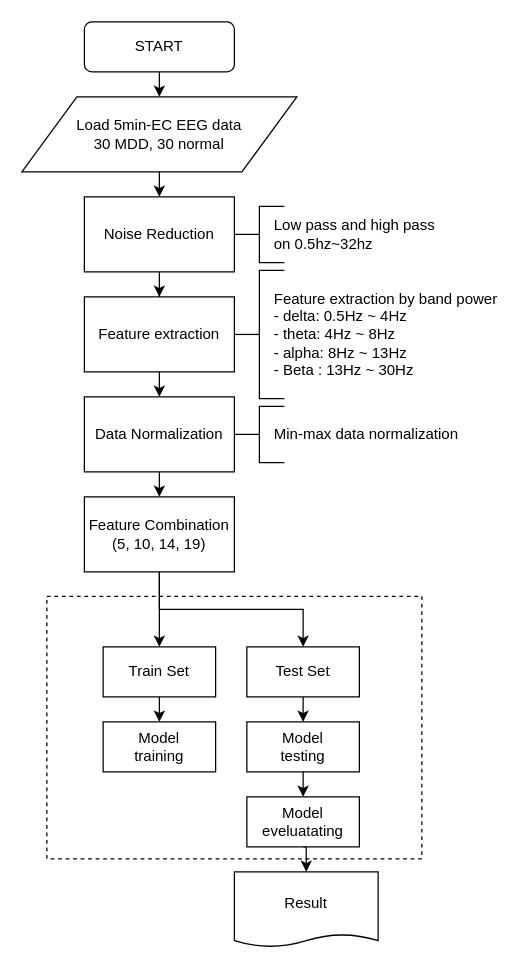
Before: mdd-diagram.drawio in ws17863276480/MDD, a draw.io diagram. Source tidied: cells renumbered, new cells numbered last; positions are measured from the earlier drawing's top-left corner, leaving out a move shared by most shapes. Both pictures are drawn from the tidied source at 125%, with x=0, y=0 at pixel (21, 21).
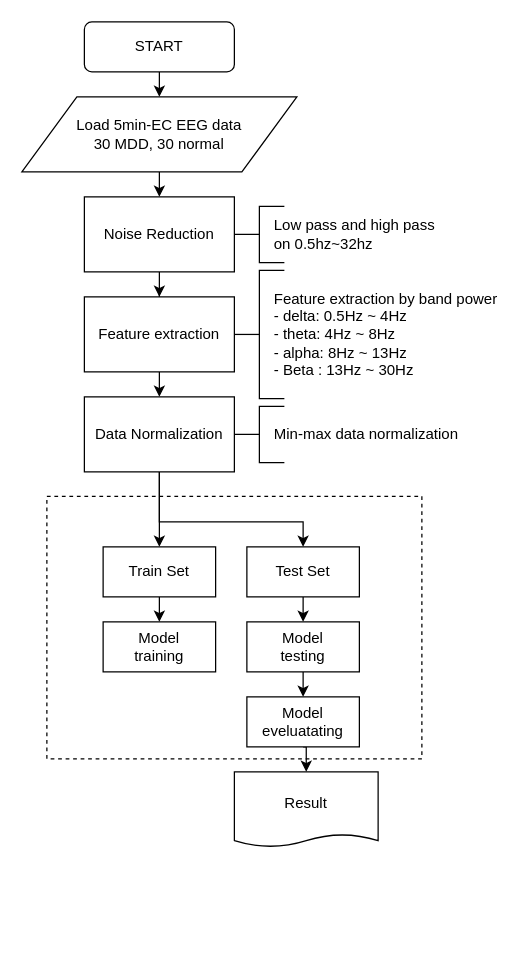
Above is the later version.

Unchanged cells that the change refers to:
```xml
<mxCell id="12" value="Data Normalization" style="rounded=0;whiteSpace=wrap;html=1;" parent="1" vertex="1">
  <mxGeometry x="50" y="300" width="120" height="60" as="geometry" />
</mxCell>
```

The edit, as a diff of the source:
```diff
@@
     <mxCell id="2" style="rounded=0;whiteSpace=wrap;html=1;dashed=1;" parent="1" vertex="1">
-      <mxGeometry x="20" y="459.5" width="300" height="210" as="geometry" />
+      <mxGeometry x="20" y="379.5" width="300" height="210" as="geometry" />
     </mxCell>
@@
-    <mxCell id="11" style="edgeStyle=orthogonalEdgeStyle;rounded=0;jettySize=auto;html=1;exitX=0.5;exitY=1;exitDx=0;exitDy=0;entryX=0.5;entryY=0;entryDx=0;entryDy=0;" parent="1" edge="1" source="12" target="15">
-      <mxGeometry relative="1" as="geometry" />
-    </mxCell>
+    <mxCell id="32" style="edgeStyle=orthogonalEdgeStyle;rounded=0;jettySize=auto;html=1;exitX=0.5;exitY=1;exitDx=0;exitDy=0;entryX=0.5;entryY=0;entryDx=0;entryDy=0;" parent="1" edge="1" source="12" target="17">
+      <mxGeometry relative="1" as="geometry" />
+    </mxCell>
+    <mxCell id="33" style="edgeStyle=orthogonalEdgeStyle;rounded=0;jettySize=auto;html=1;exitX=0.5;exitY=1;exitDx=0;exitDy=0;entryX=0.5;entryY=0;entryDx=0;entryDy=0;" parent="1" edge="1" source="12" target="19">
+      <mxGeometry relative="1" as="geometry">
+        <Array as="points">
+          <mxPoint x="110" y="400" />
+          <mxPoint x="225" y="400" />
+        </Array>
+      </mxGeometry>
+    </mxCell>
@@
-    <mxCell id="13" style="edgeStyle=orthogonalEdgeStyle;rounded=0;jettySize=auto;html=1;exitX=0.5;exitY=1;exitDx=0;exitDy=0;entryX=0.5;entryY=0;entryDx=0;entryDy=0;" parent="1" edge="1" source="15" target="17">
-      <mxGeometry relative="1" as="geometry" />
-    </mxCell>
-    <mxCell id="14" style="edgeStyle=orthogonalEdgeStyle;rounded=0;jettySize=auto;html=1;exitX=0.5;exitY=1;exitDx=0;exitDy=0;entryX=0.5;entryY=0;entryDx=0;entryDy=0;" parent="1" edge="1" source="15" target="19">
-      <mxGeometry relative="1" as="geometry" />
-    </mxCell>
-    <mxCell id="15" value="Feature Combination&lt;br&gt;(5, 10, 14, 19)" style="rounded=0;whiteSpace=wrap;html=1;" parent="1" vertex="1">
-      <mxGeometry x="50" y="380" width="120" height="60" as="geometry" />
-    </mxCell>
@@
     <mxCell id="17" value="Train Set" style="rounded=0;whiteSpace=wrap;html=1;" parent="1" vertex="1">
-      <mxGeometry x="65" y="500" width="90" height="40" as="geometry" />
+      <mxGeometry x="65" y="420" width="90" height="40" as="geometry" />
     </mxCell>
@@
     <mxCell id="19" value="Test Set" style="rounded=0;whiteSpace=wrap;html=1;" parent="1" vertex="1">
-      <mxGeometry x="180" y="500" width="90" height="40" as="geometry" />
+      <mxGeometry x="180" y="420" width="90" height="40" as="geometry" />
     </mxCell>
     <mxCell id="20" value="Model&lt;br&gt;training" style="rounded=0;whiteSpace=wrap;html=1;" parent="1" vertex="1">
-      <mxGeometry x="65" y="560" width="90" height="40" as="geometry" />
+      <mxGeometry x="65" y="480" width="90" height="40" as="geometry" />
     </mxCell>
@@
     <mxCell id="22" value="Model&lt;br&gt;testing" style="rounded=0;whiteSpace=wrap;html=1;" parent="1" vertex="1">
-      <mxGeometry x="180" y="560" width="90" height="40" as="geometry" />
+      <mxGeometry x="180" y="480" width="90" height="40" as="geometry" />
     </mxCell>
@@
     <mxCell id="24" value="Model&lt;br&gt;eveluatating" style="rounded=0;whiteSpace=wrap;html=1;" parent="1" vertex="1">
-      <mxGeometry x="180" y="620" width="90" height="40" as="geometry" />
+      <mxGeometry x="180" y="540" width="90" height="40" as="geometry" />
     </mxCell>
     <mxCell id="25" value="Result" style="shape=document;whiteSpace=wrap;html=1;boundedLbl=1;size=0.16666666666666666;" parent="1" vertex="1">
-      <mxGeometry x="170" y="680" width="115" height="60" as="geometry" />
+      <mxGeometry x="170" y="600" width="115" height="60" as="geometry" />
     </mxCell>
```
